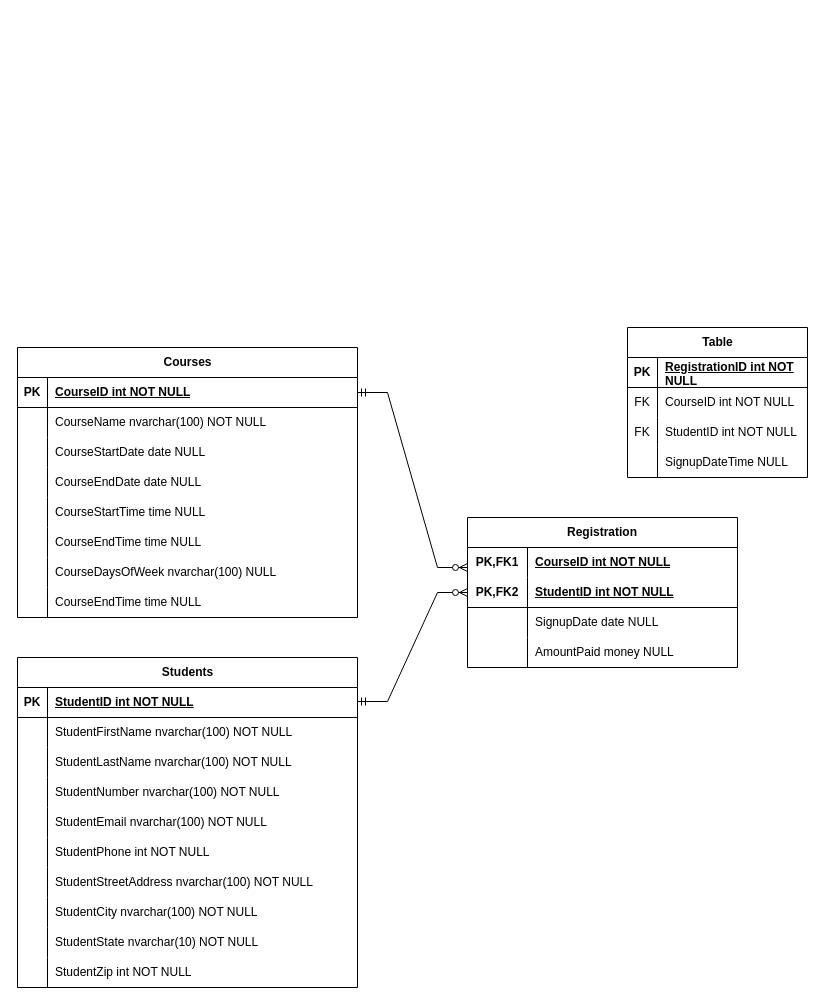
Above: ERDforFinal.drawio in juliayork2/DBFoundations (draw.io), before the change. Source tidied: cells renumbered, new cells numbered last; positions are measured from the earlier drawing's top-left corner, leaving out a move shared by most shapes. Both pictures are drawn from the tidied source at 100%, with x=0, y=0 at pixel (17, 327).
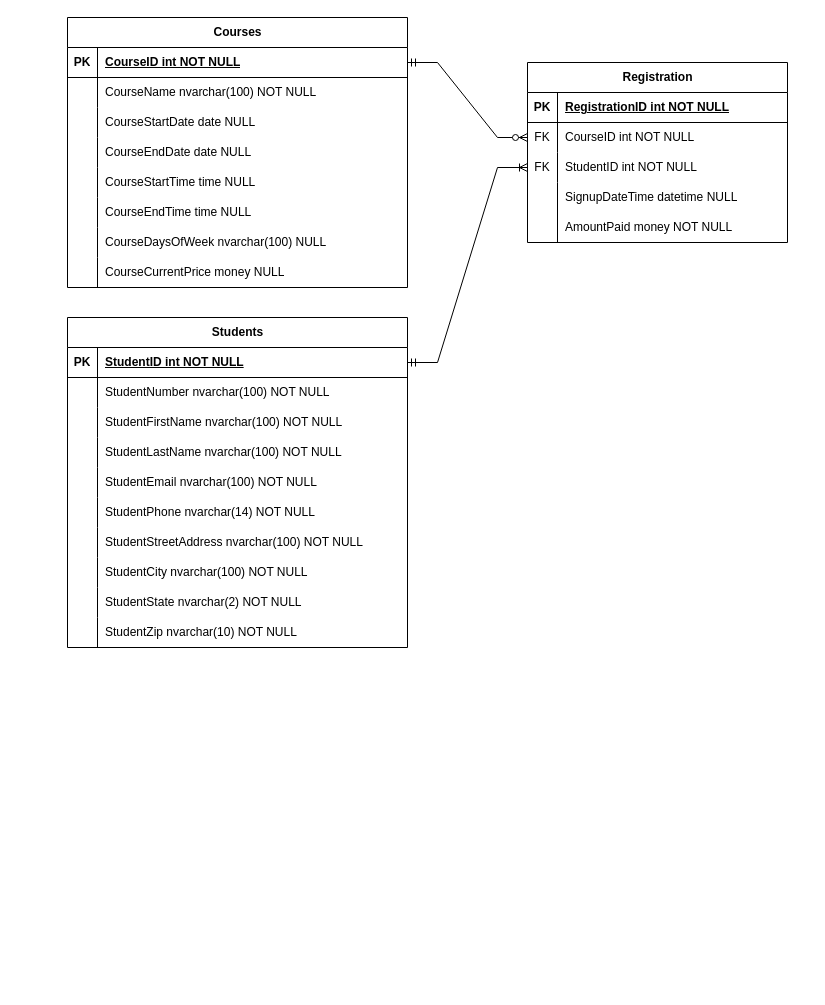
The same diagram, later.

The change refers to these unchanged cells:
```xml
<mxCell id="3" style="shape=tableRow;horizontal=0;startSize=0;swimlaneHead=0;swimlaneBody=0;fillColor=none;points=[[0,0.5],[1,0.5]];portConstraint=eastwest;top=0;left=0;right=0;bottom=1;" parent="2" vertex="1">
  <mxGeometry y="30" width="340" height="30" as="geometry" />
</mxCell>
<mxCell id="24" style="shape=tableRow;horizontal=0;startSize=0;swimlaneHead=0;swimlaneBody=0;fillColor=none;top=0;left=0;right=0;bottom=0;" parent="2" vertex="1">
  <mxGeometry y="240" width="340" height="30" as="geometry" />
</mxCell>
<mxCell id="28" style="shape=tableRow;horizontal=0;startSize=0;swimlaneHead=0;swimlaneBody=0;fillColor=none;points=[[0,0.5],[1,0.5]];portConstraint=eastwest;top=0;left=0;right=0;bottom=1;" parent="27" vertex="1">
  <mxGeometry y="30" width="340" height="30" as="geometry" />
</mxCell>
<mxCell id="43" style="shape=tableRow;horizontal=0;startSize=0;swimlaneHead=0;swimlaneBody=0;fillColor=none;top=0;left=0;right=0;bottom=0;" parent="27" vertex="1">
  <mxGeometry y="180" width="340" height="30" as="geometry" />
</mxCell>
<mxCell id="52" style="shape=tableRow;horizontal=0;startSize=0;swimlaneHead=0;swimlaneBody=0;fillColor=none;top=0;left=0;right=0;bottom=0;" parent="27" vertex="1">
  <mxGeometry y="270" width="340" height="30" as="geometry" />
</mxCell>
<mxCell id="55" style="shape=tableRow;horizontal=0;startSize=0;swimlaneHead=0;swimlaneBody=0;fillColor=none;top=0;left=0;right=0;bottom=0;" parent="27" vertex="1">
  <mxGeometry y="300" width="340" height="30" as="geometry" />
</mxCell>
```

What changed in the source:
```diff
@@
     <mxCell id="2" value="&lt;div&gt;Courses&lt;/div&gt;" style="shape=table;startSize=30;childLayout=tableLayout;rowLines=0;fontStyle=1;align=center;html=1;" parent="1" vertex="1">
-      <mxGeometry y="20" width="340" height="270" as="geometry" />
+      <mxGeometry x="50" y="-310" width="340" height="270" as="geometry" />
     </mxCell>
@@
-    <mxCell id="26" value="CourseEndTime time NULL" style="shape=partialRectangle;fillColor=none;top=0;left=0;bottom=0;right=0;align=left;spacingLeft=6;overflow=hidden;whiteSpace=wrap;html=1;" parent="24" vertex="1">
+    <mxCell id="26" value="CourseCurrentPrice money NULL" style="shape=partialRectangle;fillColor=none;top=0;left=0;bottom=0;right=0;align=left;spacingLeft=6;overflow=hidden;whiteSpace=wrap;html=1;" parent="24" vertex="1">
       <mxGeometry x="30" width="310" height="30" as="geometry" />
     </mxCell>
     <mxCell id="27" value="Students" style="shape=table;startSize=30;childLayout=tableLayout;rowLines=0;fontStyle=1;align=center;html=1;" parent="1" vertex="1">
-      <mxGeometry y="330" width="340" height="330" as="geometry" />
+      <mxGeometry x="50" y="-10" width="340" height="330" as="geometry" />
     </mxCell>
@@
+    <mxCell id="37" style="shape=tableRow;horizontal=0;startSize=0;swimlaneHead=0;swimlaneBody=0;fillColor=none;top=0;left=0;right=0;bottom=0;" parent="27" vertex="1">
+      <mxGeometry y="60" width="340" height="30" as="geometry" />
+    </mxCell>
+    <mxCell id="38" style="shape=partialRectangle;fillColor=none;top=0;left=0;bottom=0;right=0;overflow=hidden;whiteSpace=wrap;html=1;" parent="37" vertex="1">
+      <mxGeometry width="30" height="30" as="geometry" />
+    </mxCell>
+    <mxCell id="39" value="StudentNumber nvarchar(100) NOT NULL" style="shape=partialRectangle;fillColor=none;top=0;left=0;bottom=0;right=0;align=left;spacingLeft=6;overflow=hidden;whiteSpace=wrap;html=1;" parent="37" vertex="1">
+      <mxGeometry x="30" width="310" height="30" as="geometry" />
+    </mxCell>
     <mxCell id="31" style="shape=tableRow;horizontal=0;startSize=0;swimlaneHead=0;swimlaneBody=0;fillColor=none;top=0;left=0;right=0;bottom=0;" parent="27" vertex="1">
-      <mxGeometry y="60" width="340" height="30" as="geometry" />
+      <mxGeometry y="90" width="340" height="30" as="geometry" />
     </mxCell>
@@
     <mxCell id="34" style="shape=tableRow;horizontal=0;startSize=0;swimlaneHead=0;swimlaneBody=0;fillColor=none;top=0;left=0;right=0;bottom=0;" parent="27" vertex="1">
-      <mxGeometry y="90" width="340" height="30" as="geometry" />
+      <mxGeometry y="120" width="340" height="30" as="geometry" />
     </mxCell>
@@
-    <mxCell id="37" style="shape=tableRow;horizontal=0;startSize=0;swimlaneHead=0;swimlaneBody=0;fillColor=none;top=0;left=0;right=0;bottom=0;" parent="27" vertex="1">
-      <mxGeometry y="120" width="340" height="30" as="geometry" />
-    </mxCell>
-    <mxCell id="38" style="shape=partialRectangle;fillColor=none;top=0;left=0;bottom=0;right=0;overflow=hidden;whiteSpace=wrap;html=1;" parent="37" vertex="1">
-      <mxGeometry width="30" height="30" as="geometry" />
-    </mxCell>
-    <mxCell id="39" value="StudentNumber nvarchar(100) NOT NULL" style="shape=partialRectangle;fillColor=none;top=0;left=0;bottom=0;right=0;align=left;spacingLeft=6;overflow=hidden;whiteSpace=wrap;html=1;" parent="37" vertex="1">
-      <mxGeometry x="30" width="310" height="30" as="geometry" />
-    </mxCell>
@@
-    <mxCell id="45" value="StudentPhone int NOT NULL" style="shape=partialRectangle;fillColor=none;top=0;left=0;bottom=0;right=0;align=left;spacingLeft=6;overflow=hidden;whiteSpace=wrap;html=1;" parent="43" vertex="1">
+    <mxCell id="45" value="StudentPhone nvarchar(14) NOT NULL" style="shape=partialRectangle;fillColor=none;top=0;left=0;bottom=0;right=0;align=left;spacingLeft=6;overflow=hidden;whiteSpace=wrap;html=1;" parent="43" vertex="1">
       <mxGeometry x="30" width="310" height="30" as="geometry" />
     </mxCell>
@@
-    <mxCell id="54" value="StudentState nvarchar(10) NOT NULL" style="shape=partialRectangle;fillColor=none;top=0;left=0;bottom=0;right=0;align=left;spacingLeft=6;overflow=hidden;whiteSpace=wrap;html=1;" parent="52" vertex="1">
+    <mxCell id="54" value="StudentState nvarchar(2) NOT NULL" style="shape=partialRectangle;fillColor=none;top=0;left=0;bottom=0;right=0;align=left;spacingLeft=6;overflow=hidden;whiteSpace=wrap;html=1;" parent="52" vertex="1">
       <mxGeometry x="30" width="310" height="30" as="geometry" />
     </mxCell>
@@
-    <mxCell id="57" value="StudentZip int NOT NULL" style="shape=partialRectangle;fillColor=none;top=0;left=0;bottom=0;right=0;align=left;spacingLeft=6;overflow=hidden;whiteSpace=wrap;html=1;" parent="55" vertex="1">
+    <mxCell id="57" value="StudentZip nvarchar(10) NOT NULL" style="shape=partialRectangle;fillColor=none;top=0;left=0;bottom=0;right=0;align=left;spacingLeft=6;overflow=hidden;whiteSpace=wrap;html=1;" parent="55" vertex="1">
       <mxGeometry x="30" width="310" height="30" as="geometry" />
     </mxCell>
-    <mxCell id="58" value="Registration" style="shape=table;startSize=30;childLayout=tableLayout;rowLines=0;fontStyle=1;align=center;html=1;whiteSpace=wrap;" parent="1" vertex="1">
-      <mxGeometry x="450" y="190" width="270" height="150" as="geometry" />
-    </mxCell>
-    <mxCell id="59" style="shape=tableRow;horizontal=0;startSize=0;swimlaneHead=0;swimlaneBody=0;fillColor=none;top=0;left=0;right=0;bottom=0;html=1;" parent="58" vertex="1">
-      <mxGeometry y="30" width="270" height="30" as="geometry" />
-    </mxCell>
-    <mxCell id="60" value="PK,FK1" style="shape=partialRectangle;fillColor=none;top=0;left=0;bottom=0;right=0;fontStyle=1;overflow=hidden;html=1;whiteSpace=wrap;" parent="59" vertex="1">
-      <mxGeometry width="60" height="30" as="geometry" />
-    </mxCell>
-    <mxCell id="61" value="CourseID int NOT NULL" style="shape=partialRectangle;fillColor=none;top=0;left=0;bottom=0;right=0;align=left;spacingLeft=6;fontStyle=5;overflow=hidden;html=1;whiteSpace=wrap;" parent="59" vertex="1">
-      <mxGeometry x="60" width="210" height="30" as="geometry" />
-    </mxCell>
-    <mxCell id="62" style="shape=tableRow;horizontal=0;startSize=0;swimlaneHead=0;swimlaneBody=0;fillColor=none;points=[[0,0.5],[1,0.5]];portConstraint=eastwest;top=0;left=0;right=0;bottom=1;html=1;" parent="58" vertex="1">
-      <mxGeometry y="60" width="270" height="30" as="geometry" />
-    </mxCell>
-    <mxCell id="63" value="PK,FK2" style="shape=partialRectangle;fillColor=none;top=0;left=0;bottom=0;right=0;fontStyle=1;overflow=hidden;html=1;whiteSpace=wrap;" parent="62" vertex="1">
-      <mxGeometry width="60" height="30" as="geometry" />
-    </mxCell>
-    <mxCell id="64" value="StudentID int NOT NULL" style="shape=partialRectangle;fillColor=none;top=0;left=0;bottom=0;right=0;align=left;spacingLeft=6;fontStyle=5;overflow=hidden;html=1;whiteSpace=wrap;" parent="62" vertex="1">
-      <mxGeometry x="60" width="210" height="30" as="geometry" />
-    </mxCell>
-    <mxCell id="65" style="shape=tableRow;horizontal=0;startSize=0;swimlaneHead=0;swimlaneBody=0;fillColor=none;top=0;left=0;right=0;bottom=0;html=1;" parent="58" vertex="1">
-      <mxGeometry y="90" width="270" height="30" as="geometry" />
-    </mxCell>
-    <mxCell id="66" style="shape=partialRectangle;fillColor=none;top=0;left=0;bottom=0;right=0;overflow=hidden;html=1;whiteSpace=wrap;" parent="65" vertex="1">
-      <mxGeometry width="60" height="30" as="geometry" />
-    </mxCell>
-    <mxCell id="67" value="SignupDate date NULL" style="shape=partialRectangle;fillColor=none;top=0;left=0;bottom=0;right=0;align=left;spacingLeft=6;overflow=hidden;html=1;whiteSpace=wrap;" parent="65" vertex="1">
-      <mxGeometry x="60" width="210" height="30" as="geometry" />
-    </mxCell>
-    <mxCell id="68" style="shape=tableRow;horizontal=0;startSize=0;swimlaneHead=0;swimlaneBody=0;fillColor=none;top=0;left=0;right=0;bottom=0;html=1;" parent="58" vertex="1">
-      <mxGeometry y="120" width="270" height="30" as="geometry" />
-    </mxCell>
-    <mxCell id="69" style="shape=partialRectangle;fillColor=none;top=0;left=0;bottom=0;right=0;overflow=hidden;html=1;whiteSpace=wrap;" parent="68" vertex="1">
-      <mxGeometry width="60" height="30" as="geometry" />
-    </mxCell>
-    <mxCell id="70" value="AmountPaid money NULL" style="shape=partialRectangle;fillColor=none;top=0;left=0;bottom=0;right=0;align=left;spacingLeft=6;overflow=hidden;html=1;whiteSpace=wrap;" parent="68" vertex="1">
-      <mxGeometry x="60" width="210" height="30" as="geometry" />
-    </mxCell>
-    <mxCell id="71" style="edgeStyle=entityRelationEdgeStyle;fontSize=12;html=1;endArrow=ERzeroToMany;startArrow=ERmandOne;rounded=0;exitX=1;exitY=0.5;exitDx=0;exitDy=0;" parent="1" edge="1" source="3">
+    <mxCell id="71" style="edgeStyle=entityRelationEdgeStyle;fontSize=12;html=1;endArrow=ERzeroToMany;startArrow=ERmandOne;rounded=0;exitX=1;exitY=0.5;exitDx=0;exitDy=0;entryX=0;entryY=0.5;entryDx=0;entryDy=0;" parent="1" edge="1" source="3" target="77">
       <mxGeometry relative="1" as="geometry">
-        <mxPoint x="450" y="240" as="targetPoint" />
+        <Array as="points">
+          <mxPoint x="450" y="80" />
+          <mxPoint x="440" y="70" />
+        </Array>
       </mxGeometry>
     </mxCell>
-    <mxCell id="72" style="edgeStyle=entityRelationEdgeStyle;fontSize=12;html=1;endArrow=ERzeroToMany;startArrow=ERmandOne;rounded=0;" parent="1" edge="1" target="62">
+    <mxCell id="72" style="edgeStyle=entityRelationEdgeStyle;fontSize=12;html=1;endArrow=ERoneToMany;startArrow=ERmandOne;rounded=0;entryX=0;entryY=0.5;entryDx=0;entryDy=0;exitX=1;exitY=0.5;exitDx=0;exitDy=0;endFill=0;" parent="1" edge="1" source="28" target="80">
       <mxGeometry relative="1" as="geometry">
-        <mxPoint x="340" y="374" as="sourcePoint" />
         <Array as="points">
           <mxPoint x="490" y="475" />
           <mxPoint x="500" y="470" />
           <mxPoint x="460" y="475" />
         </Array>
       </mxGeometry>
     </mxCell>
-    <mxCell id="73" value="Table" style="shape=table;startSize=30;childLayout=tableLayout;rowLines=0;fontStyle=1;align=center;html=1;" parent="1" vertex="1">
-      <mxGeometry x="610" width="180" height="150" as="geometry" />
+    <mxCell id="73" value="Registration" style="shape=table;startSize=30;childLayout=tableLayout;rowLines=0;fontStyle=1;align=center;html=1;swimlaneLine=1;" parent="1" vertex="1">
+      <mxGeometry x="510" y="-265" width="260" height="180" as="geometry" />
     </mxCell>
     <mxCell id="74" style="shape=tableRow;horizontal=0;startSize=0;swimlaneHead=0;swimlaneBody=0;fillColor=none;top=0;left=0;right=0;bottom=1;" parent="73" vertex="1">
-      <mxGeometry y="30" width="180" height="30" as="geometry" />
+      <mxGeometry y="30" width="260" height="30" as="geometry" />
     </mxCell>
@@
     <mxCell id="76" value="RegistrationID int NOT NULL" style="shape=partialRectangle;fillColor=none;top=0;left=0;bottom=0;right=0;align=left;spacingLeft=6;fontStyle=5;overflow=hidden;whiteSpace=wrap;html=1;" parent="74" vertex="1">
-      <mxGeometry x="30" width="150" height="30" as="geometry" />
+      <mxGeometry x="30" width="230" height="30" as="geometry" />
     </mxCell>
     <mxCell id="77" style="shape=tableRow;horizontal=0;startSize=0;swimlaneHead=0;swimlaneBody=0;fillColor=none;points=[[0,0.5],[1,0.5]];portConstraint=eastwest;top=0;left=0;right=0;bottom=0;" parent="73" vertex="1">
-      <mxGeometry y="60" width="180" height="30" as="geometry" />
+      <mxGeometry y="60" width="260" height="30" as="geometry" />
     </mxCell>
@@
     <mxCell id="79" value="CourseID int NOT NULL" style="shape=partialRectangle;fillColor=none;top=0;left=0;bottom=0;right=0;align=left;spacingLeft=6;overflow=hidden;whiteSpace=wrap;html=1;" parent="77" vertex="1">
-      <mxGeometry x="30" width="150" height="30" as="geometry" />
+      <mxGeometry x="30" width="230" height="30" as="geometry" />
     </mxCell>
     <mxCell id="80" style="shape=tableRow;horizontal=0;startSize=0;swimlaneHead=0;swimlaneBody=0;fillColor=none;points=[[0,0.5],[1,0.5]];portConstraint=eastwest;top=0;left=0;right=0;bottom=0;" parent="73" vertex="1">
-      <mxGeometry y="90" width="180" height="30" as="geometry" />
+      <mxGeometry y="90" width="260" height="30" as="geometry" />
     </mxCell>
@@
     <mxCell id="82" value="StudentID int NOT NULL" style="shape=partialRectangle;fillColor=none;top=0;left=0;bottom=0;right=0;align=left;spacingLeft=6;overflow=hidden;whiteSpace=wrap;html=1;" parent="80" vertex="1">
-      <mxGeometry x="30" width="150" height="30" as="geometry" />
+      <mxGeometry x="30" width="230" height="30" as="geometry" />
     </mxCell>
     <mxCell id="83" style="shape=tableRow;horizontal=0;startSize=0;swimlaneHead=0;swimlaneBody=0;fillColor=none;top=0;left=0;right=0;bottom=0;" parent="73" vertex="1">
-      <mxGeometry y="120" width="180" height="30" as="geometry" />
+      <mxGeometry y="120" width="260" height="30" as="geometry" />
     </mxCell>
-    <mxCell id="84" style="shape=partialRectangle;fillColor=none;top=0;left=0;bottom=0;right=0;overflow=hidden;whiteSpace=wrap;html=1;" parent="83" vertex="1">
+    <mxCell id="84" value="&lt;div&gt;&lt;br&gt;&lt;/div&gt;&lt;div&gt;&lt;br&gt;&lt;/div&gt;&lt;div&gt;&lt;br&gt;&lt;/div&gt;&lt;div&gt;&lt;br&gt;&lt;/div&gt;&lt;div&gt;&lt;br&gt;&lt;/div&gt;" style="shape=partialRectangle;fillColor=none;top=0;left=0;bottom=0;right=0;overflow=hidden;whiteSpace=wrap;html=1;" parent="83" vertex="1">
       <mxGeometry width="30" height="30" as="geometry" />
     </mxCell>
-    <mxCell id="85" value="&lt;div&gt;SignupDateTime NULL&lt;/div&gt;" style="shape=partialRectangle;fillColor=none;top=0;left=0;bottom=0;right=0;align=left;spacingLeft=6;overflow=hidden;whiteSpace=wrap;html=1;" parent="83" vertex="1">
-      <mxGeometry x="30" width="150" height="30" as="geometry" />
+    <mxCell id="85" value="&lt;div&gt;SignupDateTime datetime NULL&lt;/div&gt;" style="shape=partialRectangle;fillColor=none;top=0;left=0;bottom=0;right=0;align=left;spacingLeft=6;overflow=hidden;whiteSpace=wrap;html=1;" parent="83" vertex="1">
+      <mxGeometry x="30" width="230" height="30" as="geometry" />
     </mxCell>
+    <mxCell id="86" value="AmountPaid money NOT NULL" style="shape=partialRectangle;fillColor=none;top=0;left=0;bottom=0;right=0;align=left;spacingLeft=6;overflow=hidden;whiteSpace=wrap;html=1;" parent="1" vertex="1">
+      <mxGeometry x="540" y="-115" width="230" height="30" as="geometry" />
+    </mxCell>
+    <mxCell id="87" value="&lt;div&gt;&lt;br&gt;&lt;/div&gt;&lt;div&gt;&lt;br&gt;&lt;/div&gt;&lt;div&gt;&lt;br&gt;&lt;/div&gt;&lt;div&gt;&lt;br&gt;&lt;/div&gt;&lt;div&gt;&lt;br&gt;&lt;/div&gt;" style="shape=partialRectangle;fillColor=none;top=0;left=0;bottom=0;right=1;overflow=hidden;whiteSpace=wrap;html=1;" parent="1" vertex="1">
+      <mxGeometry x="510" y="-115" width="30" height="30" as="geometry" />
+    </mxCell>
```
